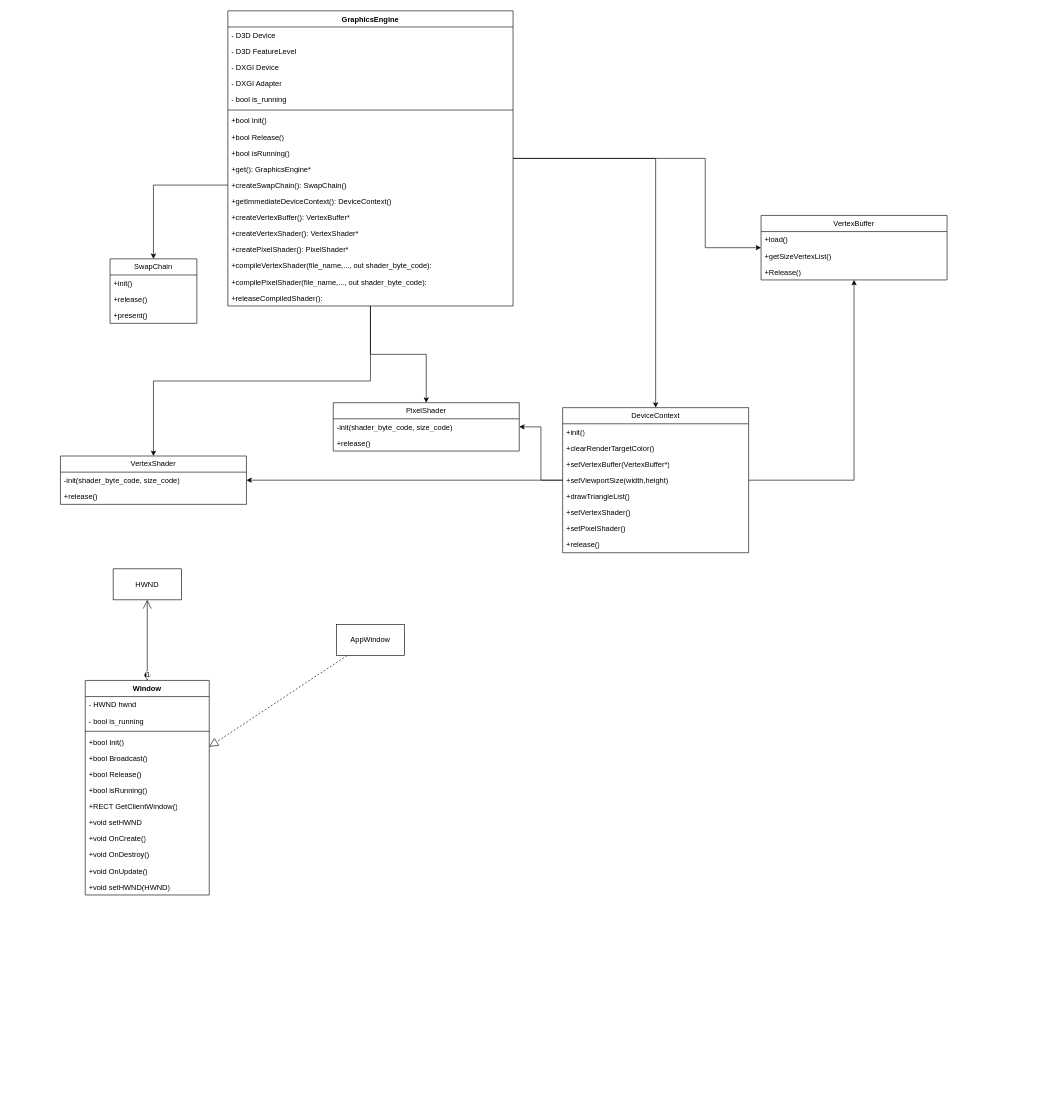
Before: engineUMLDiag.drawio in duyanhvuong2001/3DEngine, a draw.io diagram. Source tidied: cells renumbered, new cells numbered last; positions are measured from the earlier drawing's top-left corner, leaving out a move shared by most shapes. Both pictures are drawn from the tidied source at 62%, with x=0, y=0 at pixel (60, 11).
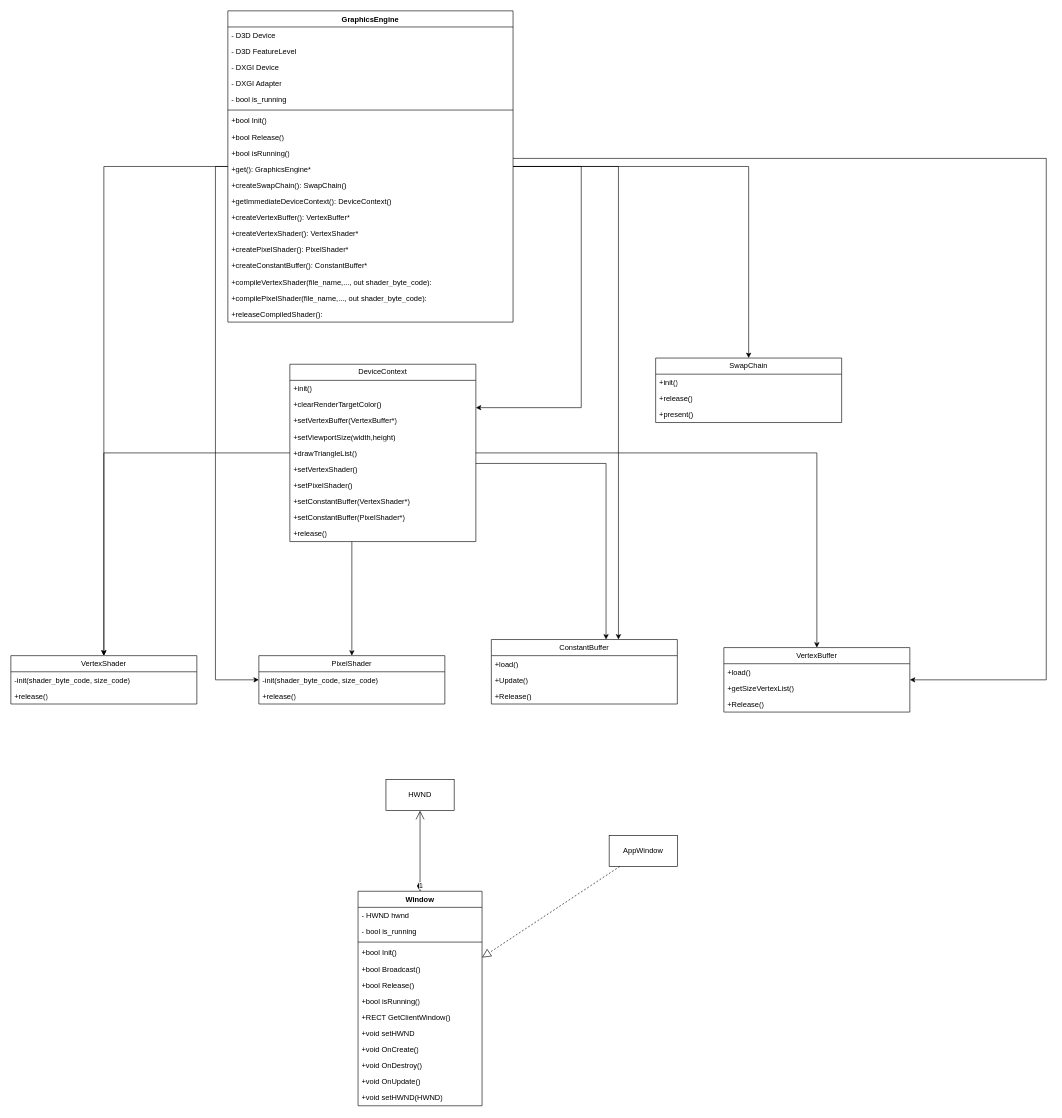
After the change.

Unchanged cells that the change refers to:
```xml
<mxCell id="33" value="+createSwapChain(): SwapChain()" style="text;strokeColor=none;fillColor=none;align=left;verticalAlign=top;spacingLeft=4;spacingRight=4;overflow=hidden;points=[[0,0.5],[1,0.5]];portConstraint=eastwest;whiteSpace=wrap;html=1;" parent="22" vertex="1">
  <mxGeometry y="268" width="460" height="26" as="geometry" />
</mxCell>
```

What changed in the source:
```diff
@@
     <mxCell id="2" value="Window" style="swimlane;fontStyle=1;align=center;verticalAlign=top;horizontal=1;startSize=26;whiteSpace=wrap;html=1;" parent="1" vertex="1">
-      <mxGeometry x="40" y="1080" width="200" height="346" as="geometry" />
+      <mxGeometry x="480" y="1420" width="200" height="346" as="geometry" />
     </mxCell>
@@
     <mxCell id="16" value="HWND" style="html=1;whiteSpace=wrap;" parent="1" vertex="1">
-      <mxGeometry x="85" y="900" width="110" height="50" as="geometry" />
+      <mxGeometry x="525" y="1240" width="110" height="50" as="geometry" />
     </mxCell>
@@
     <mxCell id="18" value="AppWindow" style="html=1;whiteSpace=wrap;" parent="1" vertex="1">
-      <mxGeometry x="445" y="990" width="110" height="50" as="geometry" />
+      <mxGeometry x="885" y="1330" width="110" height="50" as="geometry" />
     </mxCell>
@@
     <mxCell id="21" style="edgeStyle=orthogonalEdgeStyle;rounded=0;jettySize=auto;html=1;" parent="1" edge="1" source="22" target="67">
-      <mxGeometry relative="1" as="geometry" />
+      <mxGeometry relative="1" as="geometry">
+        <Array as="points">
+          <mxPoint x="250" y="251" />
+          <mxPoint x="250" y="1079" />
+        </Array>
+      </mxGeometry>
     </mxCell>
+    <mxCell id="70" style="edgeStyle=orthogonalEdgeStyle;rounded=0;jettySize=auto;html=1;" parent="1" edge="1" source="22" target="75">
+      <mxGeometry relative="1" as="geometry">
+        <Array as="points">
+          <mxPoint x="900" y="251" />
+        </Array>
+      </mxGeometry>
+    </mxCell>
     <mxCell id="22" value="GraphicsEngine" style="swimlane;fontStyle=1;align=center;verticalAlign=top;horizontal=1;startSize=26;whiteSpace=wrap;html=1;" parent="1" vertex="1">
-      <mxGeometry x="270" width="460" height="476" as="geometry" />
+      <mxGeometry x="270" width="460" height="502" as="geometry" />
     </mxCell>
@@
+    <mxCell id="71" value="+createConstantBuffer(): ConstantBuffer*" style="text;strokeColor=none;fillColor=none;align=left;verticalAlign=top;spacingLeft=4;spacingRight=4;overflow=hidden;whiteSpace=wrap;html=1;" parent="22" vertex="1">
+      <mxGeometry y="398" width="460" height="26" as="geometry" />
+    </mxCell>
     <mxCell id="38" value="+compileVertexShader(file_name,..., out shader_byte_code):&amp;nbsp;" style="text;strokeColor=none;fillColor=none;align=left;verticalAlign=top;spacingLeft=4;spacingRight=4;overflow=hidden;whiteSpace=wrap;html=1;" parent="22" vertex="1">
-      <mxGeometry y="398" width="460" height="26" as="geometry" />
+      <mxGeometry y="424" width="460" height="26" as="geometry" />
     </mxCell>
     <mxCell id="39" value="+compilePixelShader(file_name,..., out shader_byte_code):&amp;nbsp;" style="text;strokeColor=none;fillColor=none;align=left;verticalAlign=top;spacingLeft=4;spacingRight=4;overflow=hidden;whiteSpace=wrap;html=1;" parent="22" vertex="1">
-      <mxGeometry y="424" width="460" height="26" as="geometry" />
+      <mxGeometry y="450" width="460" height="26" as="geometry" />
     </mxCell>
     <mxCell id="40" value="+releaseCompiledShader():" style="text;strokeColor=none;fillColor=none;align=left;verticalAlign=top;spacingLeft=4;spacingRight=4;overflow=hidden;whiteSpace=wrap;html=1;" parent="22" vertex="1">
-      <mxGeometry y="450" width="460" height="26" as="geometry" />
+      <mxGeometry y="476" width="460" height="26" as="geometry" />
     </mxCell>
     <mxCell id="41" value="SwapChain" style="swimlane;fontStyle=0;horizontal=1;startSize=26;fillColor=none;whiteSpace=wrap;html=1;" parent="1" vertex="1">
-      <mxGeometry x="80" y="400" width="140" height="104" as="geometry" />
+      <mxGeometry x="960" y="560" width="300" height="104" as="geometry" />
     </mxCell>
     <mxCell id="42" value="+init()" style="text;strokeColor=none;fillColor=none;align=left;verticalAlign=top;spacingLeft=4;spacingRight=4;overflow=hidden;whiteSpace=wrap;html=1;" parent="41" vertex="1">
-      <mxGeometry y="26" width="140" height="26" as="geometry" />
+      <mxGeometry y="26" width="300" height="26" as="geometry" />
     </mxCell>
     <mxCell id="43" value="+release()" style="text;strokeColor=none;fillColor=none;align=left;verticalAlign=top;spacingLeft=4;spacingRight=4;overflow=hidden;whiteSpace=wrap;html=1;" parent="41" vertex="1">
-      <mxGeometry y="52" width="140" height="26" as="geometry" />
+      <mxGeometry y="52" width="300" height="26" as="geometry" />
     </mxCell>
     <mxCell id="44" value="+present()" style="text;strokeColor=none;fillColor=none;align=left;verticalAlign=top;spacingLeft=4;spacingRight=4;overflow=hidden;whiteSpace=wrap;html=1;" parent="41" vertex="1">
-      <mxGeometry y="78" width="140" height="26" as="geometry" />
+      <mxGeometry y="78" width="300" height="26" as="geometry" />
     </mxCell>
-    <mxCell id="45" style="rounded=0;jettySize=auto;html=1;edgeStyle=orthogonalEdgeStyle;" parent="1" edge="1" source="33" target="41">
+    <mxCell id="45" style="rounded=0;jettySize=auto;html=1;edgeStyle=orthogonalEdgeStyle;" parent="1" edge="1" source="22" target="41">
       <mxGeometry relative="1" as="geometry" />
     </mxCell>
@@
     <mxCell id="48" style="edgeStyle=orthogonalEdgeStyle;rounded=0;jettySize=auto;html=1;" parent="1" edge="1" source="49" target="67">
-      <mxGeometry relative="1" as="geometry" />
+      <mxGeometry relative="1" as="geometry">
+        <Array as="points">
+          <mxPoint x="470" y="900" />
+          <mxPoint x="470" y="900" />
+        </Array>
+      </mxGeometry>
     </mxCell>
+    <mxCell id="72" style="edgeStyle=orthogonalEdgeStyle;rounded=0;jettySize=auto;html=1;" parent="1" edge="1" source="49" target="75">
+      <mxGeometry relative="1" as="geometry">
+        <Array as="points">
+          <mxPoint x="880" y="730" />
+        </Array>
+      </mxGeometry>
+    </mxCell>
     <mxCell id="49" value="DeviceContext" style="swimlane;fontStyle=0;horizontal=1;startSize=26;fillColor=none;whiteSpace=wrap;html=1;" parent="1" vertex="1">
-      <mxGeometry x="810" y="640" width="300" height="234" as="geometry" />
+      <mxGeometry x="370" y="570" width="300" height="286" as="geometry" />
     </mxCell>
@@
+    <mxCell id="73" value="+setConstantBuffer(VertexShader*)" style="text;strokeColor=none;fillColor=none;align=left;verticalAlign=top;spacingLeft=4;spacingRight=4;overflow=hidden;whiteSpace=wrap;html=1;" parent="49" vertex="1">
+      <mxGeometry y="208" width="300" height="26" as="geometry" />
+    </mxCell>
+    <mxCell id="74" value="+setConstantBuffer(PixelShader*)" style="text;strokeColor=none;fillColor=none;align=left;verticalAlign=top;spacingLeft=4;spacingRight=4;overflow=hidden;whiteSpace=wrap;html=1;" parent="49" vertex="1">
+      <mxGeometry y="234" width="300" height="26" as="geometry" />
+    </mxCell>
     <mxCell id="57" value="+release()" style="text;strokeColor=none;fillColor=none;align=left;verticalAlign=top;spacingLeft=4;spacingRight=4;overflow=hidden;whiteSpace=wrap;html=1;" parent="49" vertex="1">
-      <mxGeometry y="208" width="300" height="26" as="geometry" />
+      <mxGeometry y="260" width="300" height="26" as="geometry" />
     </mxCell>
     <mxCell id="58" style="edgeStyle=orthogonalEdgeStyle;rounded=0;jettySize=auto;html=1;" parent="1" edge="1" source="22" target="49">
-      <mxGeometry relative="1" as="geometry" />
+      <mxGeometry relative="1" as="geometry">
+        <Array as="points">
+          <mxPoint x="840" y="251" />
+          <mxPoint x="840" y="640" />
+        </Array>
+      </mxGeometry>
     </mxCell>
     <mxCell id="59" value="VertexBuffer" style="swimlane;fontStyle=0;horizontal=1;startSize=26;fillColor=none;whiteSpace=wrap;html=1;" parent="1" vertex="1">
-      <mxGeometry x="1130" y="330" width="300" height="104" as="geometry" />
+      <mxGeometry x="1070" y="1027" width="300" height="104" as="geometry" />
     </mxCell>
@@
     <mxCell id="63" style="edgeStyle=orthogonalEdgeStyle;rounded=0;jettySize=auto;html=1;" parent="1" edge="1" source="22" target="59">
       <mxGeometry relative="1" as="geometry">
         <Array as="points">
-          <mxPoint x="1040" y="238" />
-          <mxPoint x="1040" y="382" />
+          <mxPoint x="1590" y="238" />
         </Array>
       </mxGeometry>
     </mxCell>
     <mxCell id="64" value="VertexShader" style="swimlane;fontStyle=0;horizontal=1;startSize=26;fillColor=none;whiteSpace=wrap;html=1;" parent="1" vertex="1">
-      <mxGeometry y="718" width="300" height="78" as="geometry" />
+      <mxGeometry x="-80" y="1040" width="300" height="78" as="geometry" />
     </mxCell>
@@
     <mxCell id="67" value="PixelShader" style="swimlane;fontStyle=0;horizontal=1;startSize=26;fillColor=none;whiteSpace=wrap;html=1;" parent="1" vertex="1">
-      <mxGeometry x="440" y="632" width="300" height="78" as="geometry" />
+      <mxGeometry x="320" y="1040" width="300" height="78" as="geometry" />
     </mxCell>
@@
+    <mxCell id="75" value="ConstantBuffer" style="swimlane;fontStyle=0;horizontal=1;startSize=26;fillColor=none;whiteSpace=wrap;html=1;" parent="1" vertex="1">
+      <mxGeometry x="695" y="1014" width="300" height="104" as="geometry" />
+    </mxCell>
+    <mxCell id="76" value="+load()" style="text;strokeColor=none;fillColor=none;align=left;verticalAlign=top;spacingLeft=4;spacingRight=4;overflow=hidden;whiteSpace=wrap;html=1;" parent="75" vertex="1">
+      <mxGeometry y="26" width="300" height="26" as="geometry" />
+    </mxCell>
+    <mxCell id="77" value="+Update()" style="text;strokeColor=none;fillColor=none;align=left;verticalAlign=top;spacingLeft=4;spacingRight=4;overflow=hidden;whiteSpace=wrap;html=1;" parent="75" vertex="1">
+      <mxGeometry y="52" width="300" height="26" as="geometry" />
+    </mxCell>
+    <mxCell id="78" value="+Release()" style="text;strokeColor=none;fillColor=none;align=left;verticalAlign=top;spacingLeft=4;spacingRight=4;overflow=hidden;whiteSpace=wrap;html=1;" parent="75" vertex="1">
+      <mxGeometry y="78" width="300" height="26" as="geometry" />
+    </mxCell>
```
